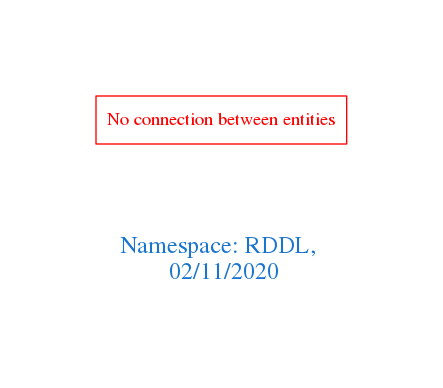
arago/OGIT keeps this Graphviz diagram as downloads/RDDL.png. Above is the earlier version. Its source is kept beside it as downloads/RDDL.dot.
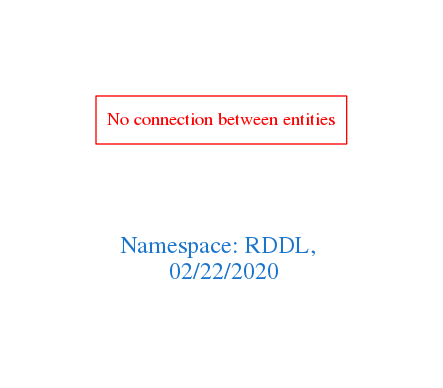
The same file after the commit.

Change to the diagram source:
```diff
@@ -1,7 +1,7 @@
 digraph OGIT_ontology {
  graph [ rankdir= LR,pad=1
 fontsize = 18,
-fontcolor= dodgerblue3,label = "\n\n\nNamespace: RDDL, \n 02/11/2020"];
+fontcolor= dodgerblue3,label = "\n\n\nNamespace: RDDL, \n 02/22/2020"];
 node[shape=polygon];
 edge [  color="gray81"];
 
```
